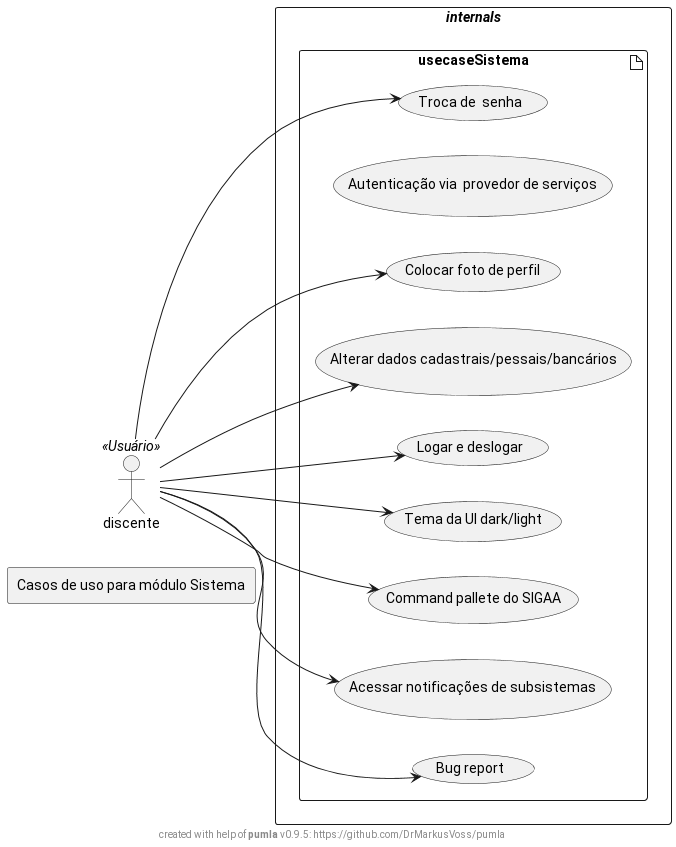
This is model/usecaseSistema.png from EGmux/APS-2023.2-SIGAA, a PlantUML export, as it was before one commit.
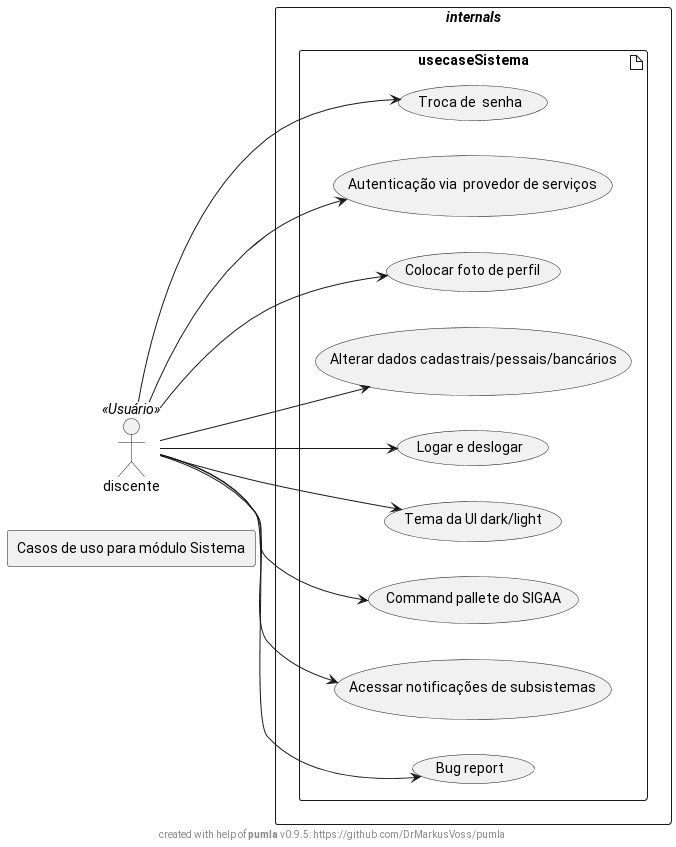
The same file after the commit.

Commit message:
fix(model):  ausência de relação entre ator e caso de uso  no submódulo de sistemas

The edit, as a diff of the source:
```diff
@@ -6,6 +6,7 @@
 discente<<Usuário>>
 left to right direction
 discente  -d->  u39
+discente  -d->  u40
 discente -d-> u41
 discente -d-> u42
 discente -d-> u43
```
